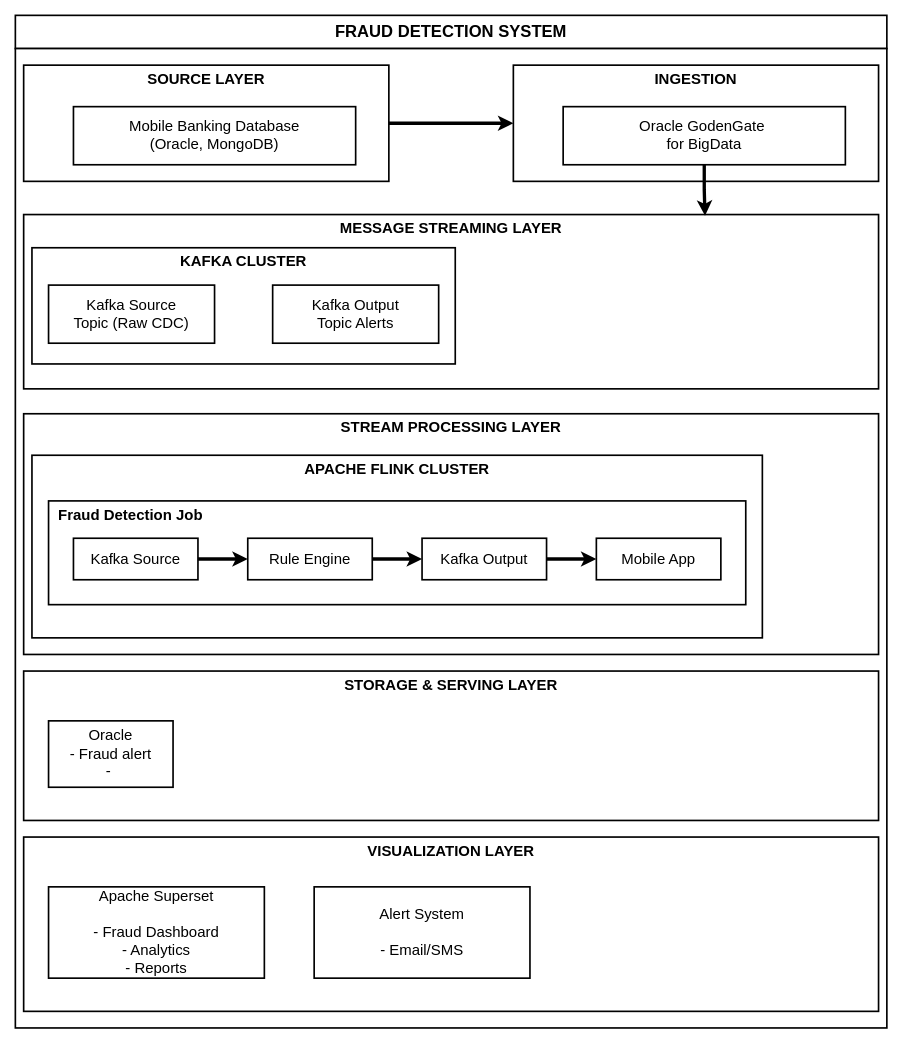
The draw.io diagram Fraud Detection.drawio in uyennt01/Project1, before the edit. Source tidied: cells renumbered, new cells numbered last; positions are measured from the earlier drawing's top-left corner, leaving out a move shared by most shapes. Both pictures are drawn from the tidied source at 83%, with x=0, y=0 at pixel (15, 15).
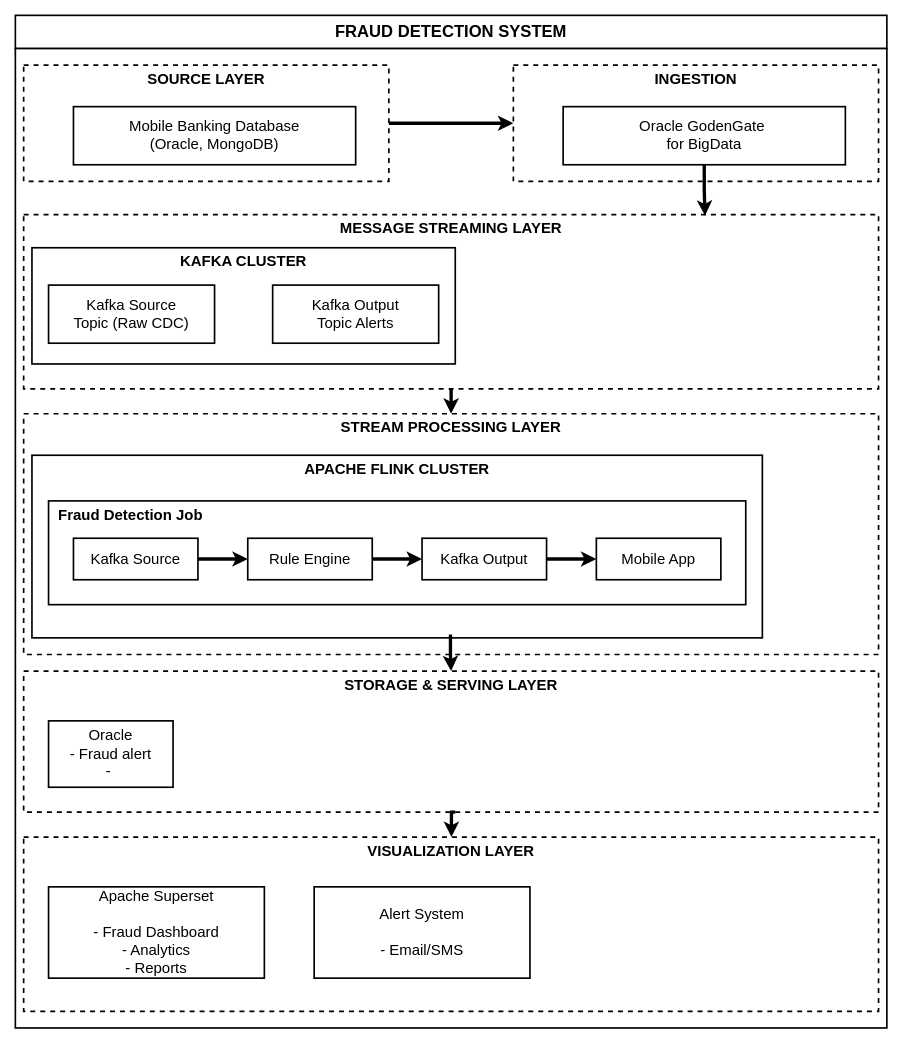
After the change.

The change refers to these unchanged cells:
```xml
<mxCell id="17" value="APACHE FLINK CLUSTER" style="whiteSpace=wrap;strokeWidth=2;verticalAlign=top;fontSize=18;fontStyle=1;" parent="1" vertex="1">
  <mxGeometry x="20" y="530" width="880" height="220" as="geometry" />
</mxCell>
```

The edit, as a diff of the source:
```diff
@@
-    <mxCell id="2" value="FRAUD DETECTION SYSTEM" style="whiteSpace=wrap;strokeWidth=2;verticalAlign=top;fontSize=20;fontStyle=1;" parent="1" vertex="1">
+    <mxCell id="2" value="FRAUD DETECTION SYSTEM" style="whiteSpace=wrap;strokeWidth=2;verticalAlign=top;fontSize=20;fontStyle=1;labelBackgroundColor=none;" parent="1" vertex="1">
       <mxGeometry width="1050" height="40" as="geometry" />
     </mxCell>
@@
-    <mxCell id="5" value="SOURCE LAYER" style="whiteSpace=wrap;strokeWidth=2;verticalAlign=top;fontSize=18;fontStyle=1;" parent="1" vertex="1">
+    <mxCell id="5" value="SOURCE LAYER" style="whiteSpace=wrap;strokeWidth=2;verticalAlign=top;fontSize=18;fontStyle=1;dashed=1;" parent="1" vertex="1">
       <mxGeometry x="10" y="60" width="440" height="140" as="geometry" />
     </mxCell>
-    <mxCell id="6" value="MESSAGE STREAMING LAYER" style="whiteSpace=wrap;strokeWidth=2;verticalAlign=top;fontSize=18;fontStyle=1;" parent="1" vertex="1">
+    <mxCell id="6" value="MESSAGE STREAMING LAYER" style="whiteSpace=wrap;strokeWidth=2;verticalAlign=top;fontSize=18;fontStyle=1;dashed=1;" parent="1" vertex="1">
       <mxGeometry x="10" y="240" width="1030" height="210" as="geometry" />
     </mxCell>
-    <mxCell id="7" value="STREAM PROCESSING LAYER" style="whiteSpace=wrap;strokeWidth=2;verticalAlign=top;fontSize=18;fontStyle=1;" parent="1" vertex="1">
+    <mxCell id="7" value="STREAM PROCESSING LAYER" style="whiteSpace=wrap;strokeWidth=2;verticalAlign=top;fontSize=18;fontStyle=1;dashed=1;" parent="1" vertex="1">
       <mxGeometry x="10" y="480" width="1030" height="290" as="geometry" />
     </mxCell>
-    <mxCell id="8" value="STORAGE &amp; SERVING LAYER" style="whiteSpace=wrap;strokeWidth=2;verticalAlign=top;fontSize=18;fontStyle=1;" parent="1" vertex="1">
-      <mxGeometry x="10" y="790" width="1030" height="180" as="geometry" />
+    <mxCell id="8" value="STORAGE &amp; SERVING LAYER" style="whiteSpace=wrap;strokeWidth=2;verticalAlign=top;fontSize=18;fontStyle=1;dashed=1;" parent="1" vertex="1">
+      <mxGeometry x="10" y="790" width="1030" height="170" as="geometry" />
     </mxCell>
-    <mxCell id="9" value="VISUALIZATION LAYER" style="whiteSpace=wrap;strokeWidth=2;verticalAlign=top;fontSize=18;fontStyle=1;" parent="1" vertex="1">
+    <mxCell id="9" value="VISUALIZATION LAYER" style="whiteSpace=wrap;strokeWidth=2;verticalAlign=top;fontSize=18;fontStyle=1;dashed=1;" parent="1" vertex="1">
       <mxGeometry x="10" y="990" width="1030" height="210" as="geometry" />
     </mxCell>
-    <mxCell id="10" value="INGESTION" style="whiteSpace=wrap;strokeWidth=2;verticalAlign=top;fontSize=18;fontStyle=1;" parent="1" vertex="1">
+    <mxCell id="10" value="INGESTION" style="whiteSpace=wrap;strokeWidth=2;verticalAlign=top;fontSize=18;fontStyle=1;dashed=1;" parent="1" vertex="1">
       <mxGeometry x="600" y="60" width="440" height="140" as="geometry" />
     </mxCell>
@@
+    <mxCell id="29" style="edgeStyle=orthogonalEdgeStyle;rounded=0;jettySize=auto;html=1;exitX=0.5;exitY=1;exitDx=0;exitDy=0;strokeWidth=4;" parent="1" edge="1" source="6" target="7">
+      <mxGeometry relative="1" as="geometry" />
+    </mxCell>
+    <mxCell id="30" style="edgeStyle=orthogonalEdgeStyle;rounded=0;jettySize=auto;html=1;strokeWidth=4;exitX=0.573;exitY=0.982;exitDx=0;exitDy=0;exitPerimeter=0;" parent="1" edge="1" source="17" target="8">
+      <mxGeometry relative="1" as="geometry" />
+    </mxCell>
+    <mxCell id="31" style="edgeStyle=orthogonalEdgeStyle;rounded=0;orthogonalLoop=1;jettySize=auto;html=1;strokeWidth=4;" parent="1" edge="1">
+      <mxGeometry relative="1" as="geometry">
+        <mxPoint x="530" y="960" as="sourcePoint" />
+        <mxPoint x="525.4" y="990" as="targetPoint" />
+        <Array as="points">
+          <mxPoint x="525" y="960" />
+        </Array>
+      </mxGeometry>
+    </mxCell>
```
